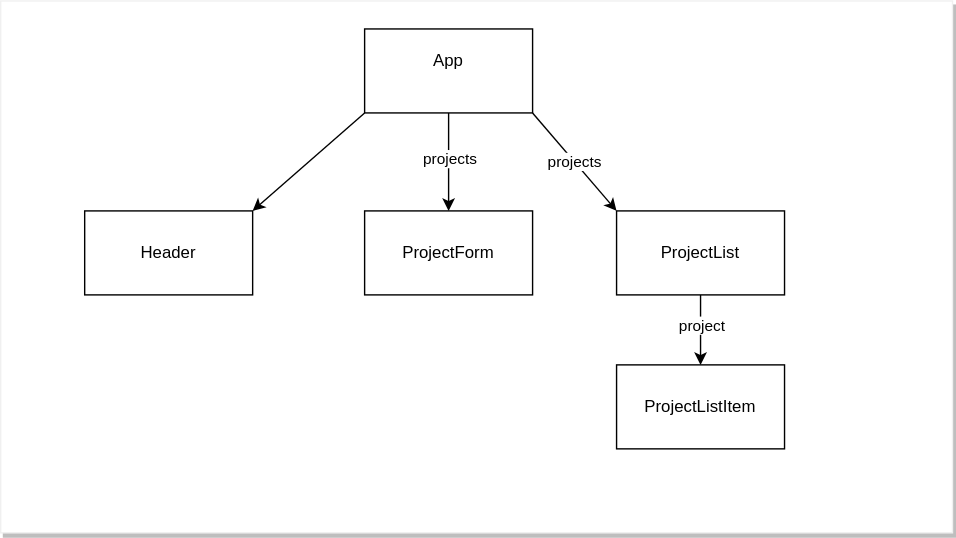
Above: 05-react-forms/project_showcase/src/components-diagram.drawio.svg in learn-co-students/SENG-LIVE-042522-PHASE-2 (draw.io), before the change. Source tidied: cells renumbered, new cells last; positions are measured from the earlier drawing's top-left corner, leaving out a move shared by most shapes.
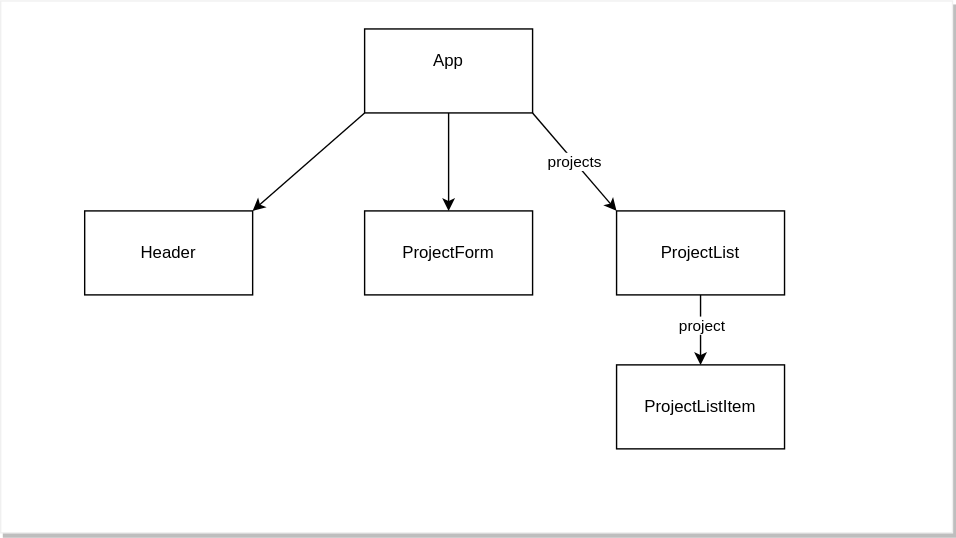
Above is the later version.

Diff of the diagram source:
```diff
@@ -14,9 +14,6 @@
     <mxCell id="5" style="edgeStyle=none;html=1;" parent="1" edge="1" source="7" target="9">
       <mxGeometry relative="1" as="geometry" />
     </mxCell>
-    <mxCell id="6" value="projects" style="edgeLabel;html=1;align=center;verticalAlign=middle;" parent="5" vertex="1">
-      <mxGeometry x="-0.07" relative="1" as="geometry" />
-    </mxCell>
     <mxCell id="7" value="App&lt;br&gt;&lt;br&gt;" style="rounded=0;whiteSpace=wrap;html=1;" parent="1" vertex="1">
       <mxGeometry x="260" y="20" width="120" height="60" as="geometry" />
     </mxCell>
```
